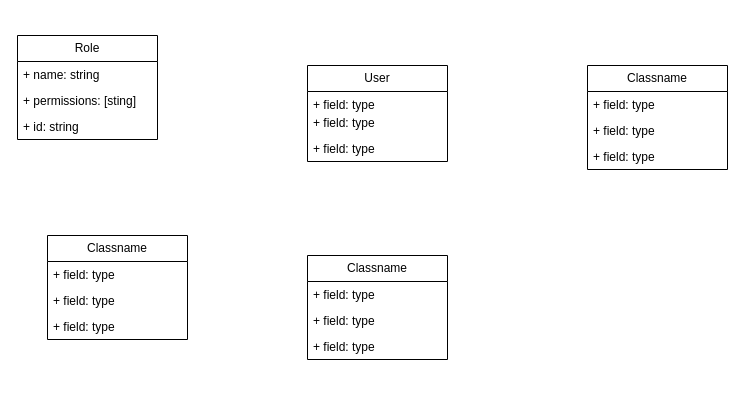
ramesh918/CreamyCattle keeps this draw.io diagram as creamtCattle_database_design.drawio. Above is the earlier version. Source tidied: cells renumbered, new cells numbered last; positions are measured from the earlier drawing's top-left corner, leaving out a move shared by most shapes. Both pictures are drawn from the tidied source at 100%, with x=0, y=0 at pixel (17, 35).
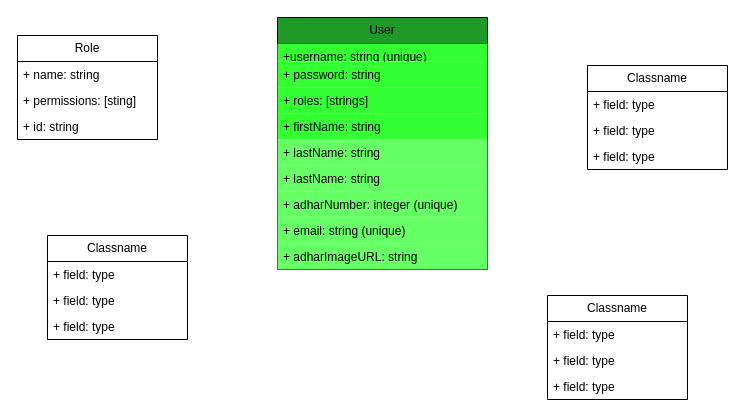
The same diagram, later.

The edit, as a diff of the source:
```diff
@@
-    <mxCell id="6" value="User" style="swimlane;fontStyle=0;horizontal=1;startSize=26;fillColor=none;whiteSpace=wrap;html=1;" parent="1" vertex="1">
-      <mxGeometry x="290" y="30" width="140" height="96" as="geometry" />
+    <mxCell id="6" value="User" style="swimlane;fontStyle=0;horizontal=1;startSize=26;fillColor=#1F9927;whiteSpace=wrap;html=1;" parent="1" vertex="1">
+      <mxGeometry x="260" y="-18" width="210" height="252" as="geometry" />
     </mxCell>
-    <mxCell id="7" value="+ field: type" style="text;strokeColor=none;fillColor=none;align=left;verticalAlign=top;spacingLeft=4;spacingRight=4;overflow=hidden;whiteSpace=wrap;html=1;" parent="6" vertex="1">
-      <mxGeometry y="26" width="140" height="18" as="geometry" />
+    <mxCell id="7" value="+username&lt;span style=&quot;background-color: initial;&quot;&gt;: string (unique)&lt;/span&gt;" style="text;strokeColor=none;fillColor=#33FF33;align=left;verticalAlign=top;spacingLeft=4;spacingRight=4;overflow=hidden;whiteSpace=wrap;html=1;" parent="6" vertex="1">
+      <mxGeometry y="26" width="210" height="18" as="geometry" />
     </mxCell>
-    <mxCell id="8" value="+ field: type" style="text;strokeColor=none;fillColor=none;align=left;verticalAlign=top;spacingLeft=4;spacingRight=4;overflow=hidden;whiteSpace=wrap;html=1;" parent="6" vertex="1">
-      <mxGeometry y="44" width="140" height="26" as="geometry" />
+    <mxCell id="8" value="+&amp;nbsp;password&lt;span style=&quot;background-color: initial;&quot;&gt;: string&lt;/span&gt;" style="text;strokeColor=none;fillColor=#33FF33;align=left;verticalAlign=top;spacingLeft=4;spacingRight=4;overflow=hidden;whiteSpace=wrap;html=1;" parent="6" vertex="1">
+      <mxGeometry y="44" width="210" height="26" as="geometry" />
     </mxCell>
-    <mxCell id="9" value="+ field: type" style="text;strokeColor=none;fillColor=none;align=left;verticalAlign=top;spacingLeft=4;spacingRight=4;overflow=hidden;whiteSpace=wrap;html=1;" parent="6" vertex="1">
-      <mxGeometry y="70" width="140" height="26" as="geometry" />
+    <mxCell id="9" value="+&amp;nbsp;roles&lt;span style=&quot;background-color: initial;&quot;&gt;: [strings]&lt;/span&gt;" style="text;strokeColor=none;fillColor=#33FF33;align=left;verticalAlign=top;spacingLeft=4;spacingRight=4;overflow=hidden;whiteSpace=wrap;html=1;" parent="6" vertex="1">
+      <mxGeometry y="70" width="210" height="26" as="geometry" />
     </mxCell>
+    <mxCell id="22" value="+ firstName&lt;span style=&quot;background-color: initial;&quot;&gt;: string&lt;/span&gt;" style="text;strokeColor=none;fillColor=#33FF33;align=left;verticalAlign=top;spacingLeft=4;spacingRight=4;overflow=hidden;whiteSpace=wrap;html=1;" parent="6" vertex="1">
+      <mxGeometry y="96" width="210" height="26" as="geometry" />
+    </mxCell>
+    <mxCell id="23" value="+ lastName&lt;span style=&quot;background-color: initial;&quot;&gt;: string&lt;/span&gt;" style="text;strokeColor=none;fillColor=#66FF66;align=left;verticalAlign=top;spacingLeft=4;spacingRight=4;overflow=hidden;whiteSpace=wrap;html=1;" parent="6" vertex="1">
+      <mxGeometry y="122" width="210" height="26" as="geometry" />
+    </mxCell>
+    <mxCell id="24" value="+ lastName&lt;span style=&quot;background-color: initial;&quot;&gt;: string&lt;/span&gt;" style="text;strokeColor=none;fillColor=#66FF66;align=left;verticalAlign=top;spacingLeft=4;spacingRight=4;overflow=hidden;whiteSpace=wrap;html=1;" parent="6" vertex="1">
+      <mxGeometry y="148" width="210" height="26" as="geometry" />
+    </mxCell>
+    <mxCell id="25" value="+&amp;nbsp;adharNumber:&lt;span style=&quot;background-color: initial;&quot;&gt;&amp;nbsp;integer (unique)&lt;/span&gt;" style="text;strokeColor=none;fillColor=#66FF66;align=left;verticalAlign=top;spacingLeft=4;spacingRight=4;overflow=hidden;whiteSpace=wrap;html=1;" parent="6" vertex="1">
+      <mxGeometry y="174" width="210" height="26" as="geometry" />
+    </mxCell>
+    <mxCell id="26" value="+ email&lt;span style=&quot;background-color: initial;&quot;&gt;:&lt;/span&gt;&lt;span style=&quot;background-color: initial;&quot;&gt;&amp;nbsp;string (unique)&lt;/span&gt;" style="text;strokeColor=none;fillColor=#66FF66;align=left;verticalAlign=top;spacingLeft=4;spacingRight=4;overflow=hidden;whiteSpace=wrap;html=1;" parent="6" vertex="1">
+      <mxGeometry y="200" width="210" height="26" as="geometry" />
+    </mxCell>
+    <mxCell id="27" value="+&amp;nbsp;adharImageURL&lt;span style=&quot;background-color: initial;&quot;&gt;:&lt;/span&gt;&lt;span style=&quot;background-color: initial;&quot;&gt;&amp;nbsp;string&lt;/span&gt;" style="text;strokeColor=none;fillColor=#66FF66;align=left;verticalAlign=top;spacingLeft=4;spacingRight=4;overflow=hidden;whiteSpace=wrap;html=1;" parent="6" vertex="1">
+      <mxGeometry y="226" width="210" height="26" as="geometry" />
+    </mxCell>
@@
     <mxCell id="18" value="Classname" style="swimlane;fontStyle=0;horizontal=1;startSize=26;fillColor=none;whiteSpace=wrap;html=1;" parent="1" vertex="1">
-      <mxGeometry x="290" y="220" width="140" height="104" as="geometry" />
+      <mxGeometry x="530" y="260" width="140" height="104" as="geometry" />
     </mxCell>
```
